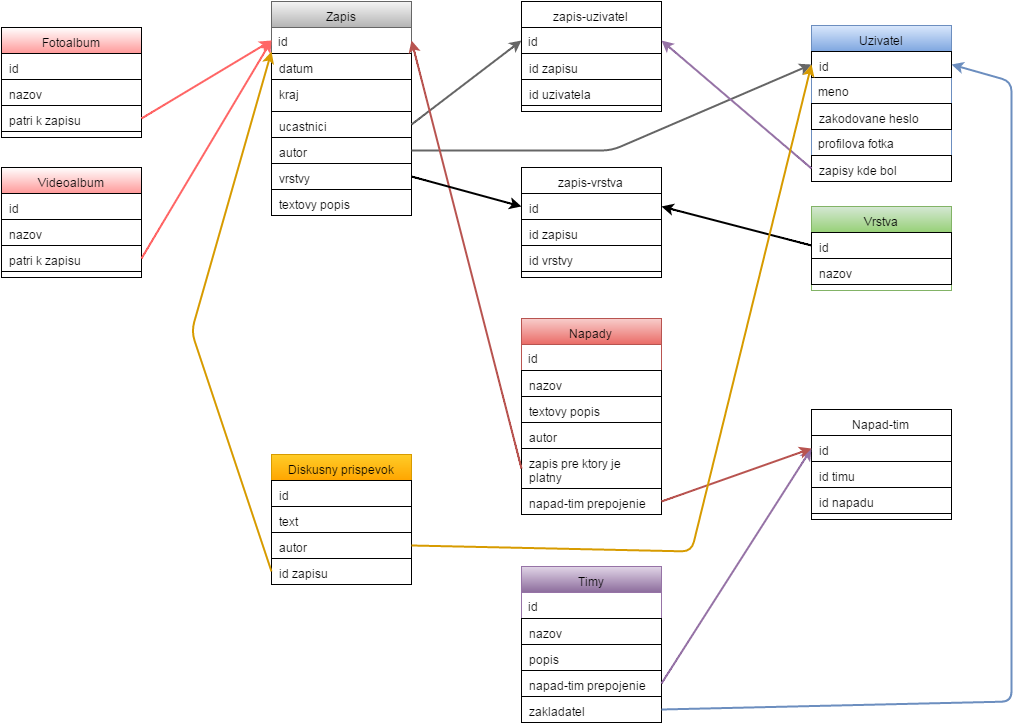
The draw.io diagram navrh_databazy.png in mapyApp/Turistova-mapa, before a commit. Source tidied: cells renumbered, new cells last; positions are measured from the earlier drawing's top-left corner, leaving out a move shared by most shapes.
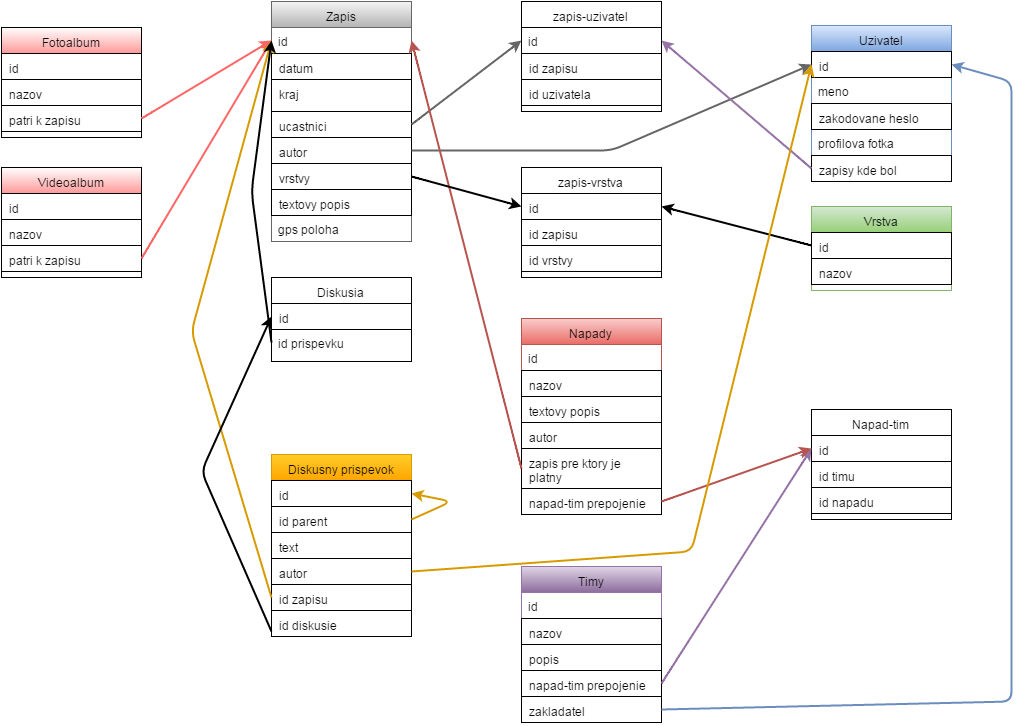
After the change.

Commit message:
verzia navrhu datab. po stretnuti s Petrovicom, fotog. nedoriesena

What changed in the source:
```diff
@@ -3,7 +3,7 @@
     <mxCell id="0" />
     <mxCell id="1" parent="0" />
     <mxCell id="2" value="Zapis" style="swimlane;html=1;fontStyle=0;horizontal=1;startSize=26;swimlaneFillColor=#ffffff;plain-gray;" parent="1" vertex="1">
-      <mxGeometry x="270" width="140" height="214" as="geometry" />
+      <mxGeometry x="270" width="140" height="240" as="geometry" />
     </mxCell>
     <mxCell id="3" value="id" style="text;html=1;strokeColor=none;fillColor=none;align=left;verticalAlign=top;spacingLeft=4;spacingRight=4;whiteSpace=wrap;overflow=hidden;points=[[0,0.5],[1,0.5]];portConstraint=eastwest;" parent="2" vertex="1">
       <mxGeometry y="26" width="140" height="26" as="geometry" />
@@ -26,6 +26,9 @@
     <mxCell id="9" value="textovy popis" style="text;html=1;strokeColor=#000000;fillColor=none;align=left;verticalAlign=top;spacingLeft=4;spacingRight=4;whiteSpace=wrap;overflow=hidden;" parent="2" vertex="1">
       <mxGeometry y="188" width="140" height="26" as="geometry" />
     </mxCell>
+    <mxCell id="70" value="gps poloha" style="text;html=1;strokeColor=none;fillColor=none;align=left;verticalAlign=top;spacingLeft=4;spacingRight=4;whiteSpace=wrap;overflow=hidden;" parent="2" vertex="1">
+      <mxGeometry y="214" width="140" height="26" as="geometry" />
+    </mxCell>
     <mxCell id="10" value="Uzivatel" style="swimlane;html=1;fontStyle=0;horizontal=1;startSize=26;swimlaneFillColor=#ffffff;plain-blue;" parent="1" vertex="1">
       <mxGeometry x="810" y="24" width="140" height="156" as="geometry" />
     </mxCell>
@@ -96,20 +99,33 @@
       <mxGeometry y="130" width="140" height="26" as="geometry" />
     </mxCell>
     <mxCell id="33" value="Diskusny prispevok" style="swimlane;html=1;fontStyle=0;horizontal=1;startSize=26;swimlaneFillColor=#ffffff;strokeWidth=1;rotation=0;plain-orange;" parent="1" vertex="1">
-      <mxGeometry x="270" y="453" width="140" height="130" as="geometry" />
+      <mxGeometry x="270" y="453" width="140" height="182" as="geometry" />
     </mxCell>
     <mxCell id="34" value="id" style="text;html=1;strokeColor=#000000;fillColor=none;align=left;verticalAlign=top;spacingLeft=4;spacingRight=4;whiteSpace=wrap;overflow=hidden;points=[[0,0.5],[1,0.5]];portConstraint=eastwest;rotation=0;" parent="33" vertex="1">
       <mxGeometry y="26" width="140" height="26" as="geometry" />
     </mxCell>
+    <mxCell id="71" value="id parent" style="text;html=1;strokeColor=#000000;fillColor=none;align=left;verticalAlign=top;spacingLeft=4;spacingRight=4;whiteSpace=wrap;overflow=hidden;points=[[0,0.5],[1,0.5]];portConstraint=eastwest;" parent="33" vertex="1">
+      <mxGeometry y="52" width="140" height="26" as="geometry" />
+    </mxCell>
     <mxCell id="35" value="text" style="text;html=1;strokeColor=#000000;fillColor=none;align=left;verticalAlign=top;spacingLeft=4;spacingRight=4;whiteSpace=wrap;overflow=hidden;rotation=0;" parent="33" vertex="1">
-      <mxGeometry y="52" width="140" height="26" as="geometry" />
+      <mxGeometry y="78" width="140" height="26" as="geometry" />
     </mxCell>
     <mxCell id="36" value="autor" style="text;html=1;strokeColor=#000000;fillColor=none;align=left;verticalAlign=top;spacingLeft=4;spacingRight=4;whiteSpace=wrap;overflow=hidden;points=[[0,0.5],[1,0.5]];portConstraint=eastwest;rotation=0;" parent="33" vertex="1">
-      <mxGeometry y="78" width="140" height="26" as="geometry" />
+      <mxGeometry y="104" width="140" height="26" as="geometry" />
     </mxCell>
     <mxCell id="37" value="id zapisu" style="text;html=1;strokeColor=#000000;fillColor=none;align=left;verticalAlign=top;spacingLeft=4;spacingRight=4;whiteSpace=wrap;overflow=hidden;points=[[0,0.5],[1,0.5]];portConstraint=eastwest;" parent="33" vertex="1">
-      <mxGeometry y="104" width="140" height="26" as="geometry" />
+      <mxGeometry y="130" width="140" height="26" as="geometry" />
     </mxCell>
+    <mxCell id="72" style="endArrow=classic;html=1;strokeWidth=2;exitX=1;exitY=0.5;entryX=1;entryY=0.5;plain-orange;" parent="33" edge="1" source="71" target="34">
+      <mxGeometry relative="1" as="geometry">
+        <Array as="points">
+          <mxPoint x="180" y="47" />
+        </Array>
+      </mxGeometry>
+    </mxCell>
+    <mxCell id="73" value="id diskusie" style="text;html=1;align=left;verticalAlign=top;spacingLeft=4;spacingRight=4;whiteSpace=wrap;overflow=hidden;points=[[0,0.5],[1,0.5]];portConstraint=eastwest;fillColor=#ffffff;strokeColor=#000000;" parent="33" vertex="1">
+      <mxGeometry y="156" width="140" height="26" as="geometry" />
+    </mxCell>
     <mxCell id="38" style="endArrow=classic;html=1;exitX=1;exitY=0.5;plain-blue;strokeWidth=2;entryX=1;entryY=0.5;" parent="1" edge="1" source="32" target="11">
       <mxGeometry relative="1" as="geometry">
         <Array as="points">
@@ -209,7 +225,7 @@
     <mxCell id="67" style="endArrow=classic;html=1;strokeColor=#000000;strokeWidth=2;exitX=0;exitY=0.5;entryX=1;entryY=0.5;" parent="1" edge="1" source="24" target="63">
       <mxGeometry relative="1" as="geometry" />
     </mxCell>
-    <mxCell id="68" style="endArrow=classic;html=1;strokeWidth=2;exitX=0;exitY=0.5;entryX=0;entryY=0.923;entryPerimeter=0;plain-orange;" parent="1" edge="1" source="37" target="3">
+    <mxCell id="68" style="endArrow=classic;html=1;strokeWidth=2;exitX=0;exitY=0.5;entryX=0;entryY=0.5;plain-orange;" parent="1" edge="1" source="37" target="3">
       <mxGeometry relative="1" as="geometry">
         <Array as="points">
           <mxPoint x="190" y="330" />
@@ -223,5 +239,28 @@
         </Array>
       </mxGeometry>
     </mxCell>
+    <mxCell id="74" value="Diskusia" style="swimlane;html=1;fontStyle=0;horizontal=1;startSize=26;fillColor=none;swimlaneFillColor=#ffffff;strokeColor=#000000;strokeWidth=1;" parent="1" vertex="1">
+      <mxGeometry x="270" y="276" width="140" height="84" as="geometry" />
+    </mxCell>
+    <mxCell id="75" value="id" style="text;html=1;strokeColor=#000000;fillColor=none;align=left;verticalAlign=top;spacingLeft=4;spacingRight=4;whiteSpace=wrap;overflow=hidden;points=[[0,0.5],[1,0.5]];portConstraint=eastwest;" parent="74" vertex="1">
+      <mxGeometry y="26" width="140" height="26" as="geometry" />
+    </mxCell>
+    <mxCell id="76" value="id prispevku" style="text;html=1;strokeColor=none;fillColor=none;align=left;verticalAlign=top;spacingLeft=4;spacingRight=4;whiteSpace=wrap;overflow=hidden;points=[[0,0.5],[1,0.5]];portConstraint=eastwest;" parent="74" vertex="1">
+      <mxGeometry y="52" width="140" height="26" as="geometry" />
+    </mxCell>
+    <mxCell id="77" style="endArrow=classic;html=1;strokeColor=#000000;strokeWidth=2;exitX=0;exitY=0.5;entryX=0;entryY=0.5;" parent="1" edge="1" source="76" target="3">
+      <mxGeometry relative="1" as="geometry">
+        <Array as="points">
+          <mxPoint x="250" y="190" />
+        </Array>
+      </mxGeometry>
+    </mxCell>
+    <mxCell id="78" style="endArrow=classic;html=1;strokeColor=#000000;strokeWidth=2;exitX=0;exitY=0.808;exitPerimeter=0;entryX=0;entryY=0.5;" parent="1" edge="1" source="73" target="75">
+      <mxGeometry relative="1" as="geometry">
+        <Array as="points">
+          <mxPoint x="200" y="470" />
+        </Array>
+      </mxGeometry>
+    </mxCell>
   </root>
 </mxGraphModel>
```
